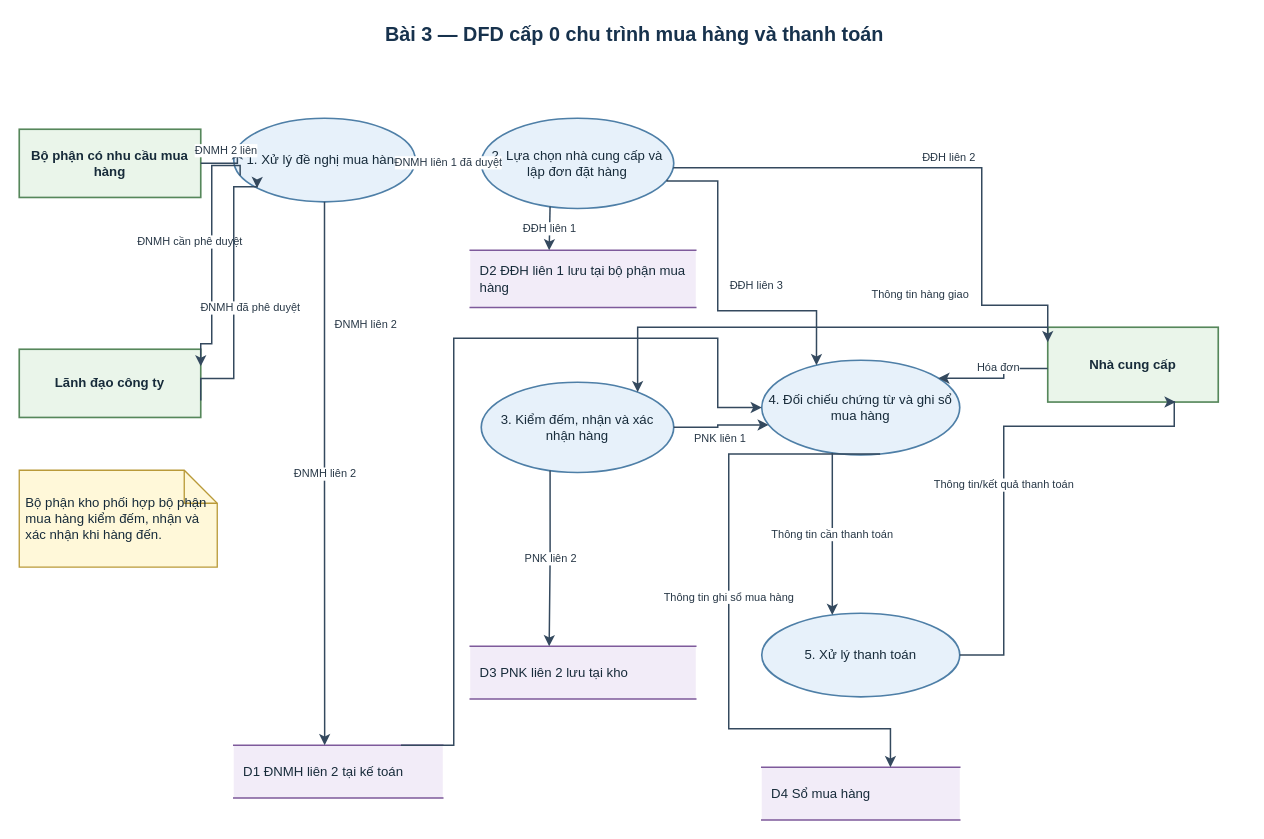
Earlier version of the draw.io diagram assets/drawio/07_purchase_level0_dfd.drawio (saigonbaddielover/thtrang). Source tidied: cells renumbered, new cells numbered last; positions are measured from the earlier drawing's top-left corner, leaving out a move shared by most shapes. Both pictures are drawn from the tidied source at 110%, with x=0, y=0 at pixel (19, 19).
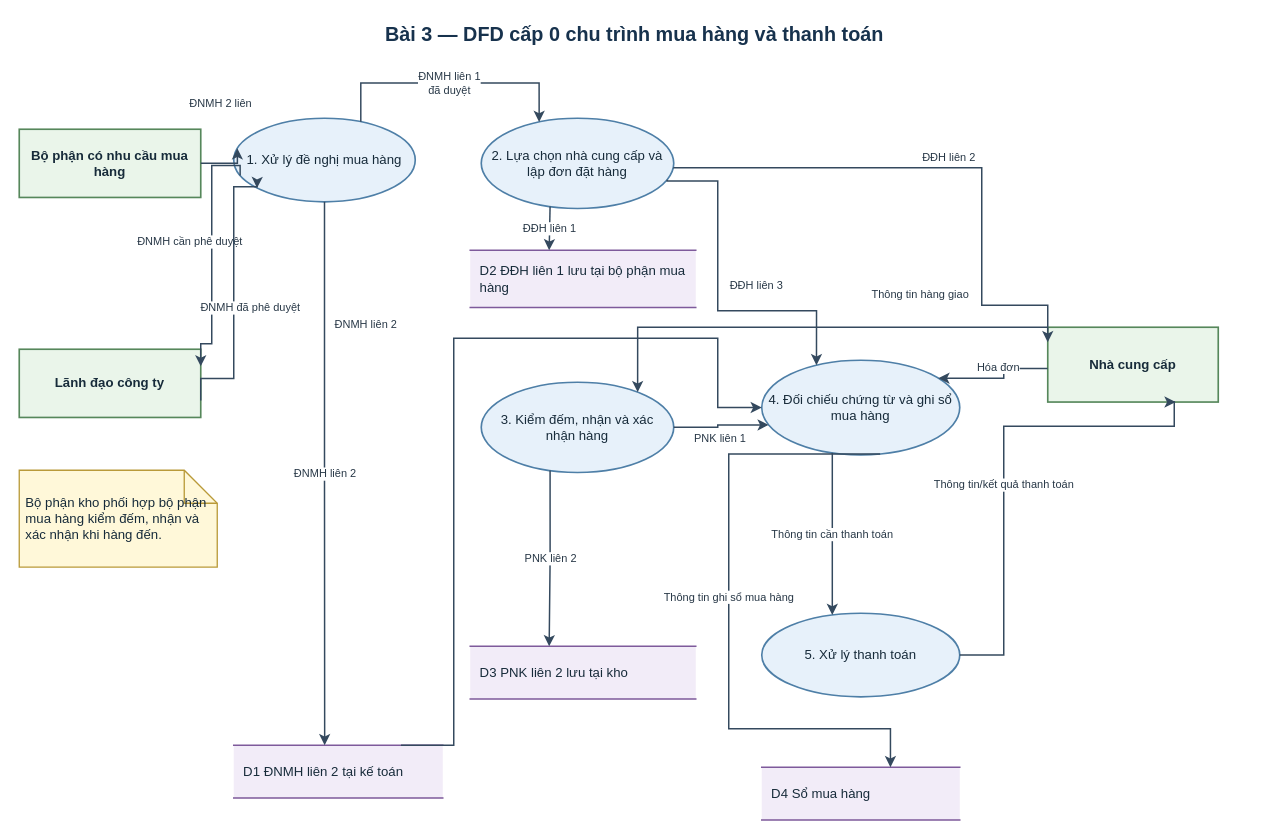
After the change.

Unchanged cells that the change refers to:
```xml
<mxCell id="3" value="Bộ phận có nhu cầu mua hàng" style="rounded=0;html=1;whiteSpace=wrap;fontFamily=Arial;align=center;verticalAlign=middle;fontColor=#172B3A; fontSize=11;fontStyle=1;spacing=5;fillColor=#EAF5EA;strokeColor=#56875B;strokeWidth=1.5;" parent="1" vertex="1">
  <mxGeometry y="100" width="165" height="62" as="geometry" />
</mxCell>
<mxCell id="6" value="1. Xử lý đề nghị mua hàng" style="shape=ellipse;perimeter=ellipsePerimeter;html=1;whiteSpace=wrap;fontFamily=Arial;align=center;verticalAlign=middle;fontColor=#172B3A; fontSize=11;spacing=5;fillColor=#E7F1FA;strokeColor=#4E7FA7;strokeWidth=1.5;" parent="1" vertex="1">
  <mxGeometry x="195" y="90" width="165" height="76" as="geometry" />
</mxCell>
<mxCell id="7" value="2. Lựa chọn nhà cung cấp và lập đơn đặt hàng" style="shape=ellipse;perimeter=ellipsePerimeter;html=1;whiteSpace=wrap;fontFamily=Arial;align=center;verticalAlign=middle;fontColor=#172B3A; fontSize=11;spacing=5;fillColor=#E7F1FA;strokeColor=#4E7FA7;strokeWidth=1.5;" parent="1" vertex="1">
  <mxGeometry x="420" y="90" width="175" height="82" as="geometry" />
</mxCell>
```

What changed in the source:
```diff
@@
     <mxCell id="16" value="ĐNMH 2 liên" style="edgeStyle=orthogonalEdgeStyle;rounded=0;jettySize=auto;html=1;fontFamily=Arial;fontSize=10;fontColor=#273746;labelBackgroundColor=#FFFFFF;strokeColor=#34495E;strokeWidth=1.35;endArrow=classic;endFill=1;exitX=1;exitY=0.5;entryX=0;entryY=0.35;" parent="1" edge="1" source="3" target="6">
       <mxGeometry relative="1" as="geometry">
-        <mxPoint y="-12" as="offset" />
+        <mxPoint x="-5" y="-55" as="offset" />
       </mxGeometry>
     </mxCell>
@@
-    <mxCell id="19" value="ĐNMH liên 1 đã duyệt" style="edgeStyle=orthogonalEdgeStyle;rounded=0;jettySize=auto;html=1;fontFamily=Arial;fontSize=10;fontColor=#273746;labelBackgroundColor=#FFFFFF;strokeColor=#34495E;strokeWidth=1.35;endArrow=classic;endFill=1;exitX=1;exitY=0.5;entryX=0;entryY=0.5;" parent="1" edge="1" source="6" target="7">
-      <mxGeometry relative="1" as="geometry" />
+    <mxCell id="19" value="ĐNMH liên 1&lt;br&gt;đã duyệt" style="edgeStyle=orthogonalEdgeStyle;rounded=0;jettySize=auto;html=1;fontFamily=Arial;fontSize=10;fontColor=#273746;labelBackgroundColor=#FFFFFF;strokeColor=#34495E;strokeWidth=1.35;endArrow=classic;endFill=1;exitX=0.72;exitY=0;entryX=0.28;entryY=0;" parent="1" edge="1" source="6" target="7">
+      <mxGeometry relative="1" as="geometry">
+        <Array as="points">
+          <mxPoint x="310.5" y="58" />
+          <mxPoint x="472.6" y="58" />
+        </Array>
+      </mxGeometry>
     </mxCell>
```
